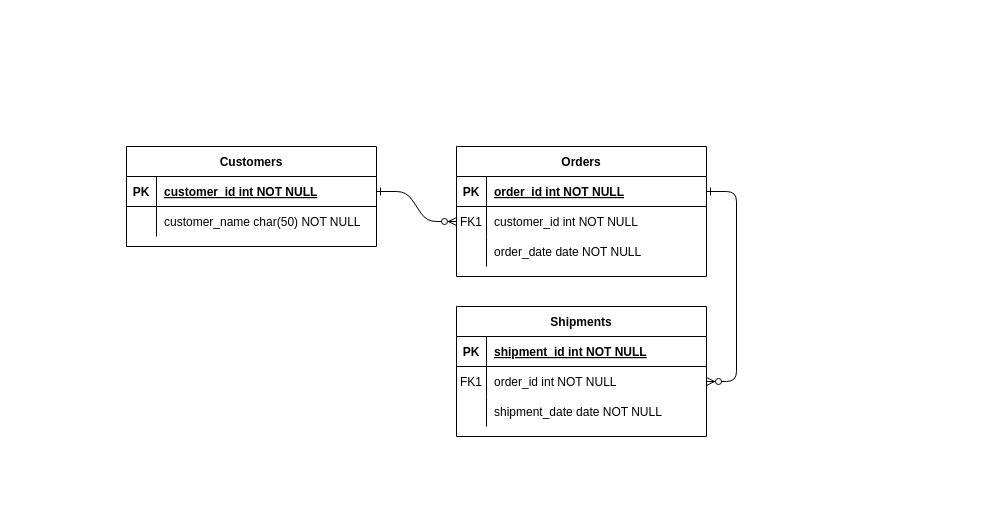
This is database/migrations/Untitled Diagram.drawio from yashmali408/new-laravel-project-, a draw.io file, before an edit. Source tidied: cells renumbered, new cells numbered last; positions are measured from the earlier drawing's top-left corner, leaving out a move shared by most shapes. Both pictures are drawn from the tidied source at 100%, with x=0, y=0 at pixel (126, 146).
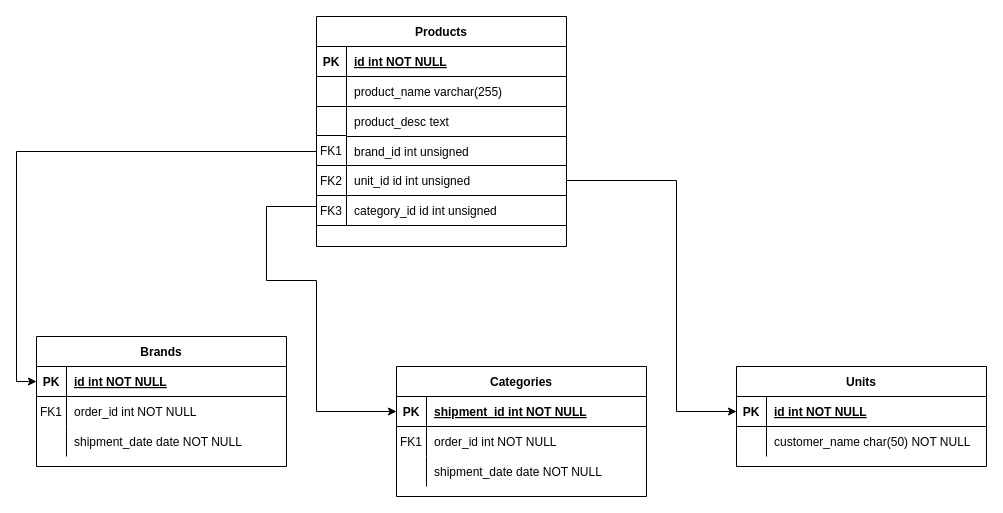
The same diagram, later.

Commit message:
I have added product,brand catgory and units

The change refers to these unchanged cells:
```xml
<mxCell id="15" style="shape=partialRectangle;fillColor=none;points=[[0,0.5],[1,0.5]];portConstraint=eastwest;top=0;left=0;right=0;bottom=1;" parent="14" vertex="1">
  <mxGeometry y="30" width="250" height="30" as="geometry" />
</mxCell>
<mxCell id="18" style="shape=partialRectangle;fillColor=none;points=[[0,0.5],[1,0.5]];portConstraint=eastwest;top=0;left=0;right=0;bottom=0;" parent="14" vertex="1">
  <mxGeometry y="60" width="250" height="30" as="geometry" />
</mxCell>
<mxCell id="25" style="shape=partialRectangle;fillColor=none;points=[[0,0.5],[1,0.5]];portConstraint=eastwest;top=0;left=0;right=0;bottom=1;" parent="24" vertex="1">
  <mxGeometry y="30" width="250" height="30" as="geometry" />
</mxCell>
```

Change to the diagram source:
```diff
@@
-    <mxCell id="2" style="edgeStyle=entityRelationEdgeStyle;endArrow=ERzeroToMany;startArrow=ERone;endFill=1;startFill=0;" parent="1" edge="1" source="25" target="8">
-      <mxGeometry relative="1" as="geometry" />
-    </mxCell>
-    <mxCell id="3" style="edgeStyle=entityRelationEdgeStyle;endArrow=ERzeroToMany;startArrow=ERone;endFill=1;startFill=0;" parent="1" edge="1" source="5" target="18">
-      <mxGeometry relative="1" as="geometry" />
-    </mxCell>
-    <mxCell id="4" value="Orders" style="shape=table;startSize=30;childLayout=tableLayout;rowLines=0;fontStyle=1;align=center;" parent="1" vertex="1">
-      <mxGeometry x="330" width="250" height="130" as="geometry" />
-    </mxCell>
-    <mxCell id="5" style="shape=partialRectangle;fillColor=none;points=[[0,0.5],[1,0.5]];portConstraint=eastwest;top=0;left=0;right=0;bottom=1;" parent="4" vertex="1">
-      <mxGeometry y="30" width="250" height="30" as="geometry" />
-    </mxCell>
-    <mxCell id="6" value="PK" style="shape=partialRectangle;overflow=hidden;fillColor=none;top=0;left=0;bottom=0;right=0;fontStyle=1;" parent="5" vertex="1">
-      <mxGeometry width="30" height="30" as="geometry" />
-    </mxCell>
-    <mxCell id="7" value="order_id int NOT NULL " style="shape=partialRectangle;overflow=hidden;fillColor=none;top=0;left=0;bottom=0;right=0;align=left;spacingLeft=6;fontStyle=5;" parent="5" vertex="1">
-      <mxGeometry x="30" width="220" height="30" as="geometry" />
-    </mxCell>
-    <mxCell id="8" style="shape=partialRectangle;fillColor=none;points=[[0,0.5],[1,0.5]];portConstraint=eastwest;top=0;left=0;right=0;bottom=0;" parent="4" vertex="1">
-      <mxGeometry y="60" width="250" height="30" as="geometry" />
-    </mxCell>
-    <mxCell id="9" value="FK1" style="shape=partialRectangle;overflow=hidden;fillColor=none;top=0;left=0;bottom=0;right=0;" parent="8" vertex="1">
-      <mxGeometry width="30" height="30" as="geometry" />
-    </mxCell>
-    <mxCell id="10" value="customer_id int NOT NULL" style="shape=partialRectangle;overflow=hidden;fillColor=none;top=0;left=0;bottom=0;right=0;align=left;spacingLeft=6;" parent="8" vertex="1">
-      <mxGeometry x="30" width="220" height="30" as="geometry" />
-    </mxCell>
-    <mxCell id="11" style="shape=partialRectangle;fillColor=none;points=[[0,0.5],[1,0.5]];portConstraint=eastwest;top=0;left=0;right=0;bottom=0;" parent="4" vertex="1">
-      <mxGeometry y="90" width="250" height="30" as="geometry" />
-    </mxCell>
-    <mxCell id="12" style="shape=partialRectangle;overflow=hidden;fillColor=none;top=0;left=0;bottom=0;right=0;" parent="11" vertex="1">
-      <mxGeometry width="30" height="30" as="geometry" />
-    </mxCell>
-    <mxCell id="13" value="order_date date NOT NULL" style="shape=partialRectangle;overflow=hidden;fillColor=none;top=0;left=0;bottom=0;right=0;align=left;spacingLeft=6;" parent="11" vertex="1">
-      <mxGeometry x="30" width="220" height="30" as="geometry" />
-    </mxCell>
-    <mxCell id="14" value="Shipments" style="shape=table;startSize=30;childLayout=tableLayout;rowLines=0;fontStyle=1;align=center;" parent="1" vertex="1">
-      <mxGeometry x="330" y="160" width="250" height="130" as="geometry" />
+    <mxCell id="14" value="Brands" style="shape=table;startSize=30;childLayout=tableLayout;rowLines=0;fontStyle=1;align=center;" parent="1" vertex="1">
+      <mxGeometry x="-90" y="190" width="250" height="130" as="geometry" />
     </mxCell>
@@
-    <mxCell id="17" value="shipment_id int NOT NULL " style="shape=partialRectangle;overflow=hidden;fillColor=none;top=0;left=0;bottom=0;right=0;align=left;spacingLeft=6;fontStyle=5;" parent="15" vertex="1">
+    <mxCell id="17" value="id int NOT NULL " style="shape=partialRectangle;overflow=hidden;fillColor=none;top=0;left=0;bottom=0;right=0;align=left;spacingLeft=6;fontStyle=5;" parent="15" vertex="1">
       <mxGeometry x="30" width="220" height="30" as="geometry" />
     </mxCell>
@@
-    <mxCell id="24" value="Customers" style="shape=table;startSize=30;childLayout=tableLayout;rowLines=0;fontStyle=1;align=center;" parent="1" vertex="1">
-      <mxGeometry width="250" height="100" as="geometry" />
+    <mxCell id="24" value="Units" style="shape=table;startSize=30;childLayout=tableLayout;rowLines=0;fontStyle=1;align=center;" parent="1" vertex="1">
+      <mxGeometry x="610" y="220" width="250" height="100" as="geometry" />
     </mxCell>
@@
-    <mxCell id="27" value="customer_id int NOT NULL " style="shape=partialRectangle;overflow=hidden;fillColor=none;top=0;left=0;bottom=0;right=0;align=left;spacingLeft=6;fontStyle=5;" parent="25" vertex="1">
+    <mxCell id="27" value="id int NOT NULL " style="shape=partialRectangle;overflow=hidden;fillColor=none;top=0;left=0;bottom=0;right=0;align=left;spacingLeft=6;fontStyle=5;" parent="25" vertex="1">
       <mxGeometry x="30" width="220" height="30" as="geometry" />
     </mxCell>
@@
+    <mxCell id="31" value="Categories" style="shape=table;startSize=30;childLayout=tableLayout;rowLines=0;fontStyle=1;align=center;" parent="1" vertex="1">
+      <mxGeometry x="270" y="220" width="250" height="130" as="geometry" />
+    </mxCell>
+    <mxCell id="32" style="shape=partialRectangle;fillColor=none;points=[[0,0.5],[1,0.5]];portConstraint=eastwest;top=0;left=0;right=0;bottom=1;" parent="31" vertex="1">
+      <mxGeometry y="30" width="250" height="30" as="geometry" />
+    </mxCell>
+    <mxCell id="33" value="PK" style="shape=partialRectangle;overflow=hidden;fillColor=none;top=0;left=0;bottom=0;right=0;fontStyle=1;" parent="32" vertex="1">
+      <mxGeometry width="30" height="30" as="geometry" />
+    </mxCell>
+    <mxCell id="34" value="shipment_id int NOT NULL " style="shape=partialRectangle;overflow=hidden;fillColor=none;top=0;left=0;bottom=0;right=0;align=left;spacingLeft=6;fontStyle=5;" parent="32" vertex="1">
+      <mxGeometry x="30" width="220" height="30" as="geometry" />
+    </mxCell>
+    <mxCell id="35" style="shape=partialRectangle;fillColor=none;top=0;left=0;right=0;bottom=0;" parent="31" vertex="1">
+      <mxGeometry y="60" width="250" height="30" as="geometry" />
+    </mxCell>
+    <mxCell id="36" value="FK1" style="shape=partialRectangle;overflow=hidden;fillColor=none;top=0;left=0;bottom=0;right=0;" parent="35" vertex="1">
+      <mxGeometry width="30" height="30" as="geometry" />
+    </mxCell>
+    <mxCell id="37" value="order_id int NOT NULL" style="shape=partialRectangle;overflow=hidden;fillColor=none;top=0;left=0;bottom=0;right=0;align=left;spacingLeft=6;" parent="35" vertex="1">
+      <mxGeometry x="30" width="220" height="30" as="geometry" />
+    </mxCell>
+    <mxCell id="38" style="shape=partialRectangle;fillColor=none;top=0;left=0;right=0;bottom=0;" parent="31" vertex="1">
+      <mxGeometry y="90" width="250" height="30" as="geometry" />
+    </mxCell>
+    <mxCell id="39" style="shape=partialRectangle;overflow=hidden;fillColor=none;top=0;left=0;bottom=0;right=0;" parent="38" vertex="1">
+      <mxGeometry width="30" height="30" as="geometry" />
+    </mxCell>
+    <mxCell id="40" value="shipment_date date NOT NULL" style="shape=partialRectangle;overflow=hidden;fillColor=none;top=0;left=0;bottom=0;right=0;align=left;spacingLeft=6;" parent="38" vertex="1">
+      <mxGeometry x="30" width="220" height="30" as="geometry" />
+    </mxCell>
+    <mxCell id="41" style="edgeStyle=orthogonalEdgeStyle;rounded=0;jettySize=auto;html=1;entryX=0;entryY=0.5;entryDx=0;entryDy=0;" parent="1" edge="1" source="11" target="15">
+      <mxGeometry relative="1" as="geometry" />
+    </mxCell>
+    <mxCell id="42" style="edgeStyle=orthogonalEdgeStyle;rounded=0;jettySize=auto;html=1;entryX=0;entryY=0.5;entryDx=0;entryDy=0;" parent="1" edge="1" source="49" target="25">
+      <mxGeometry relative="1" as="geometry">
+        <Array as="points">
+          <mxPoint x="550" y="34" />
+          <mxPoint x="550" y="265" />
+        </Array>
+      </mxGeometry>
+    </mxCell>
+    <mxCell id="43" style="group;" parent="1" vertex="1">
+      <mxGeometry x="190" y="-130" width="250" height="230" as="geometry" />
+    </mxCell>
+    <mxCell id="44" style="group;" parent="43" vertex="1">
+      <mxGeometry width="250" height="230" as="geometry" />
+    </mxCell>
+    <mxCell id="45" style="group;" parent="44" vertex="1">
+      <mxGeometry width="250" height="230" as="geometry" />
+    </mxCell>
+    <mxCell id="4" value="Products" style="shape=table;startSize=30;childLayout=tableLayout;rowLines=0;fontStyle=1;align=center;" parent="45" vertex="1">
+      <mxGeometry width="250" height="230" as="geometry" />
+    </mxCell>
+    <mxCell id="5" style="shape=partialRectangle;fillColor=none;points=[[0,0.5],[1,0.5]];portConstraint=eastwest;top=0;left=0;right=0;bottom=1;" parent="4" vertex="1">
+      <mxGeometry y="30" width="250" height="30" as="geometry" />
+    </mxCell>
+    <mxCell id="6" value="PK" style="shape=partialRectangle;overflow=hidden;fillColor=none;top=0;left=0;bottom=0;right=0;fontStyle=1;" parent="5" vertex="1">
+      <mxGeometry width="30" height="30" as="geometry" />
+    </mxCell>
+    <mxCell id="7" value="id int NOT NULL " style="shape=partialRectangle;overflow=hidden;fillColor=none;top=0;left=0;bottom=0;right=0;align=left;spacingLeft=6;fontStyle=5;" parent="5" vertex="1">
+      <mxGeometry x="30" width="220" height="30" as="geometry" />
+    </mxCell>
+    <mxCell id="8" style="shape=partialRectangle;fillColor=none;points=[[0,0.5],[1,0.5]];portConstraint=eastwest;top=0;left=0;right=0;bottom=0;" parent="4" vertex="1">
+      <mxGeometry y="60" width="250" height="30" as="geometry" />
+    </mxCell>
+    <mxCell id="9" style="shape=partialRectangle;overflow=hidden;fillColor=none;top=0;left=0;bottom=0;right=0;" parent="8" vertex="1">
+      <mxGeometry width="30" height="30" as="geometry" />
+    </mxCell>
+    <mxCell id="10" value="product_name varchar(255)" style="shape=partialRectangle;overflow=hidden;fillColor=none;top=0;left=0;bottom=0;right=0;align=left;spacingLeft=6;" parent="8" vertex="1">
+      <mxGeometry x="30" width="220" height="30" as="geometry" />
+    </mxCell>
+    <mxCell id="46" style="shape=partialRectangle;fillColor=none;top=0;left=0;right=0;bottom=0;" parent="4" vertex="1">
+      <mxGeometry y="90" width="250" height="30" as="geometry" />
+    </mxCell>
+    <mxCell id="47" style="shape=partialRectangle;overflow=hidden;fillColor=none;top=1;left=0;bottom=0;right=0;" parent="46" vertex="1">
+      <mxGeometry width="30" height="30" as="geometry" />
+    </mxCell>
+    <mxCell id="48" value="product_desc text" style="shape=partialRectangle;overflow=hidden;fillColor=none;top=1;left=0;bottom=0;right=0;align=left;spacingLeft=6;" parent="46" vertex="1">
+      <mxGeometry x="30" width="220" height="30" as="geometry" />
+    </mxCell>
+    <mxCell id="11" style="shape=partialRectangle;fillColor=none;points=[[0,0.5],[1,0.5]];portConstraint=eastwest;top=0;left=0;right=0;bottom=0;" parent="4" vertex="1">
+      <mxGeometry y="120" width="250" height="30" as="geometry" />
+    </mxCell>
+    <mxCell id="12" style="shape=partialRectangle;overflow=hidden;fillColor=none;top=0;left=0;bottom=0;right=0;" parent="11" vertex="1">
+      <mxGeometry width="30" height="30" as="geometry" />
+    </mxCell>
+    <mxCell id="13" value="brand_id int unsigned" style="shape=partialRectangle;overflow=hidden;fillColor=none;top=1;left=0;bottom=0;right=0;align=left;spacingLeft=6;" parent="11" vertex="1">
+      <mxGeometry x="30" width="220" height="30" as="geometry" />
+    </mxCell>
+    <mxCell id="49" value="unit_id id int unsigned" style="shape=partialRectangle;overflow=hidden;fillColor=none;top=1;left=1;bottom=1;right=0;align=left;spacingLeft=6;labelBorderColor=none;" parent="45" vertex="1">
+      <mxGeometry x="30" y="149" width="220" height="30" as="geometry" />
+    </mxCell>
+    <mxCell id="50" value="FK1" style="shape=partialRectangle;overflow=hidden;fillColor=none;top=1;left=0;bottom=0;right=0;" parent="45" vertex="1">
+      <mxGeometry y="119" width="30" height="30" as="geometry" />
+    </mxCell>
+    <mxCell id="51" value="FK2" style="shape=partialRectangle;overflow=hidden;fillColor=none;top=1;left=0;bottom=1;right=0;" parent="45" vertex="1">
+      <mxGeometry y="149" width="30" height="30" as="geometry" />
+    </mxCell>
+    <mxCell id="52" value="category_id id int unsigned" style="shape=partialRectangle;overflow=hidden;fillColor=none;top=0;left=1;bottom=1;right=0;align=left;spacingLeft=6;labelBorderColor=none;" parent="44" vertex="1">
+      <mxGeometry x="30" y="179" width="220" height="30" as="geometry" />
+    </mxCell>
+    <mxCell id="53" value="FK3" style="shape=partialRectangle;overflow=hidden;fillColor=none;top=0;left=0;bottom=1;right=0;" parent="44" vertex="1">
+      <mxGeometry y="179" width="30" height="30" as="geometry" />
+    </mxCell>
+    <mxCell id="54" style="edgeStyle=orthogonalEdgeStyle;rounded=0;jettySize=auto;html=1;entryX=0;entryY=0.5;entryDx=0;entryDy=0;" parent="1" edge="1" source="53" target="32">
+      <mxGeometry relative="1" as="geometry">
+        <Array as="points">
+          <mxPoint x="140" y="60" />
+          <mxPoint x="140" y="134" />
+          <mxPoint x="190" y="134" />
+          <mxPoint x="190" y="265" />
+        </Array>
+      </mxGeometry>
+    </mxCell>
```
